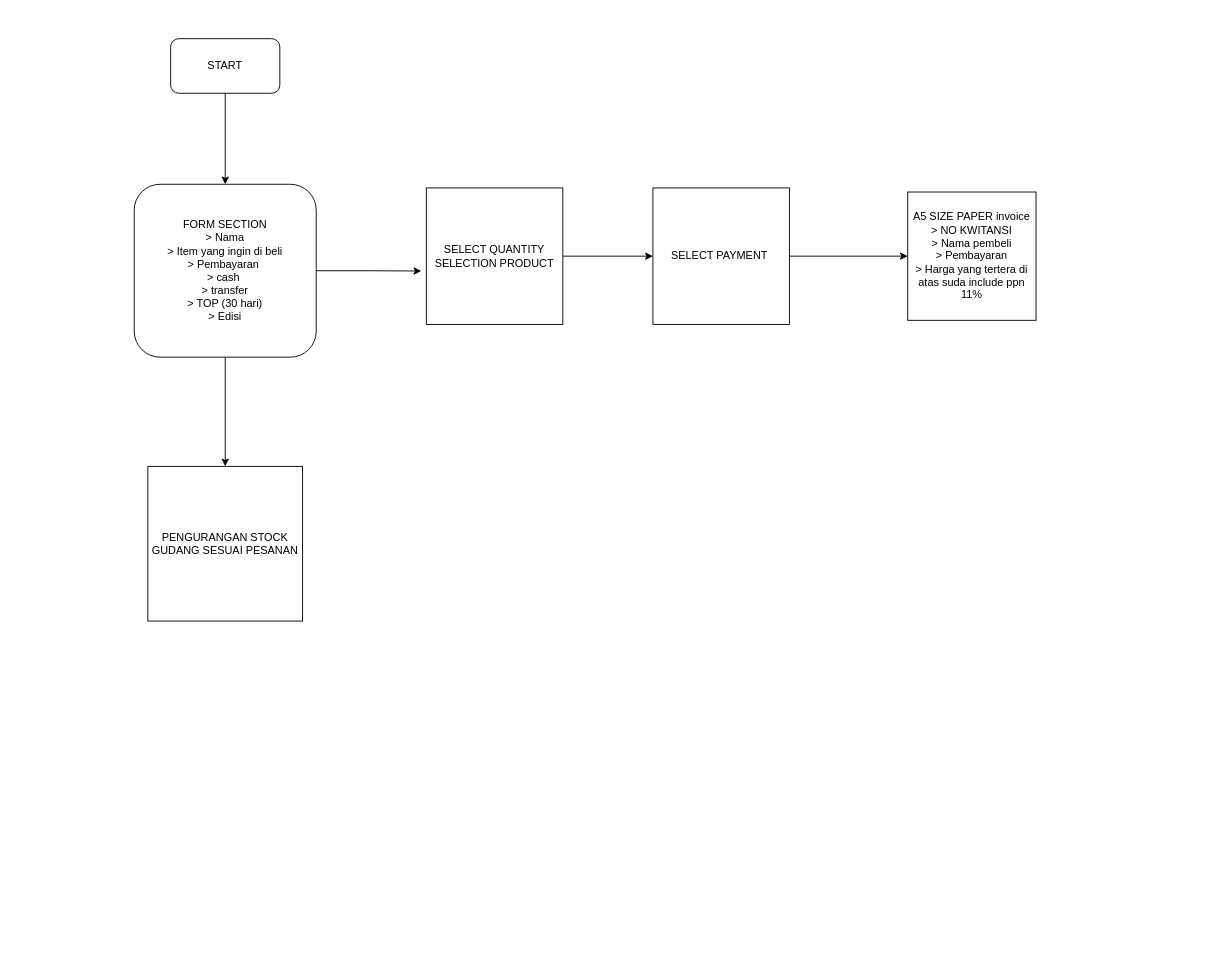
azzaky9/feature-docs keeps this draw.io diagram as flow.drawio. Above is the earlier version. Source tidied: cells renumbered, new cells numbered last; positions are measured from the earlier drawing's top-left corner, leaving out a move shared by most shapes. Both pictures are drawn from the tidied source at 91%, with x=0, y=0 at pixel (134, 38).
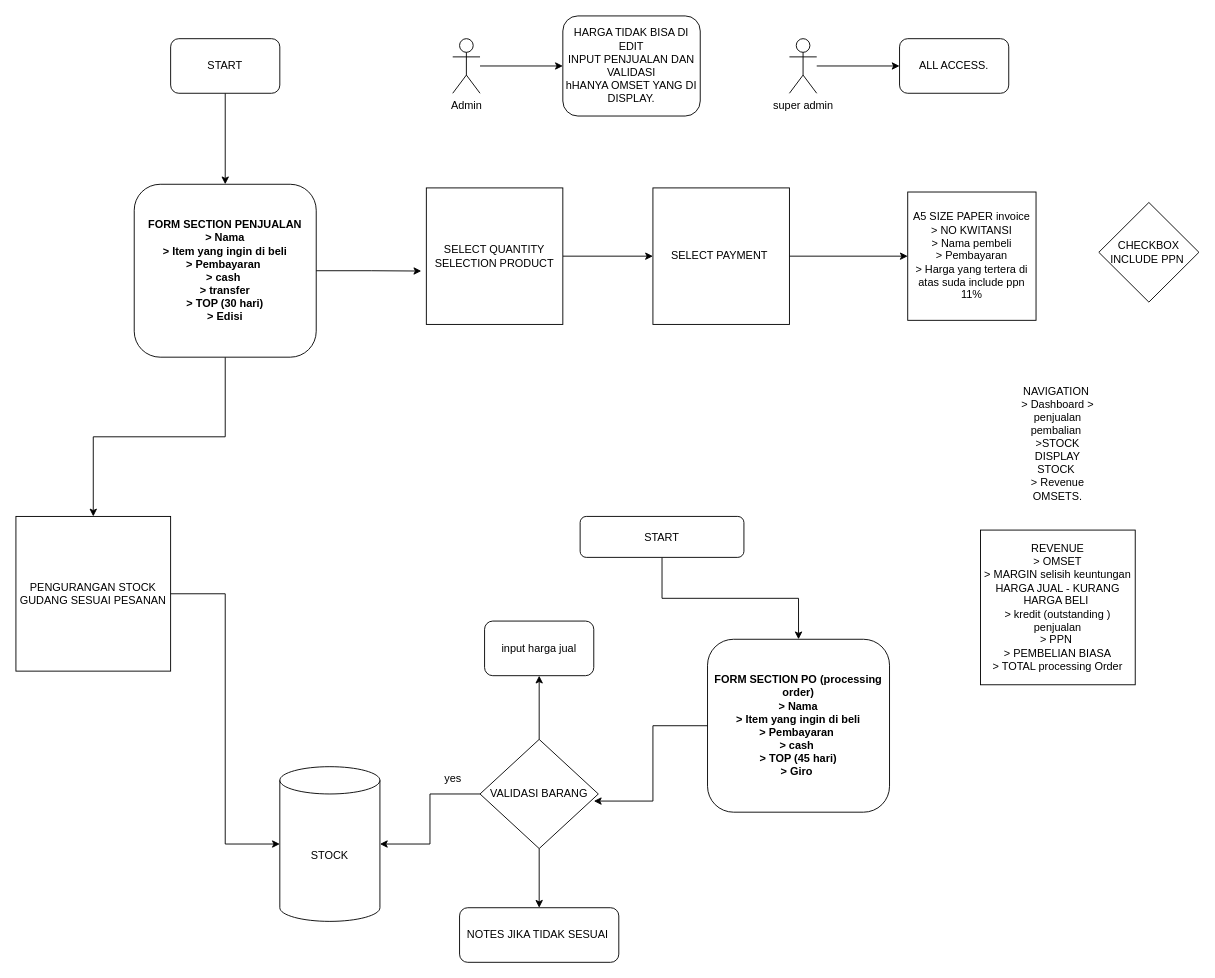
Above is the later version.

What changed in the source:
```diff
@@
-    <mxCell id="5" value="FORM SECTION&lt;br&gt;&amp;gt; Nama&lt;br&gt;&amp;gt; Item yang ingin di beli&lt;br&gt;&amp;gt; Pembayaran&amp;nbsp;&lt;br&gt;&amp;gt; cash&amp;nbsp;&lt;br&gt;&amp;gt; transfer&lt;br&gt;&amp;gt; TOP (30 hari)&lt;br&gt;&amp;gt; Edisi&lt;br&gt;" style="rounded=1;whiteSpace=wrap;html=1;" parent="1" vertex="1">
+    <mxCell id="5" value="FORM SECTION PENJUALAN&lt;br&gt;&amp;gt; Nama&lt;br&gt;&amp;gt; Item yang ingin di beli&lt;br&gt;&amp;gt; Pembayaran&amp;nbsp;&lt;br&gt;&amp;gt; cash&amp;nbsp;&lt;br&gt;&amp;gt; transfer&lt;br&gt;&amp;gt; TOP (30 hari)&lt;br&gt;&amp;gt; Edisi" style="rounded=1;whiteSpace=wrap;html=1;fontStyle=1;" parent="1" vertex="1">
       <mxGeometry y="160" width="200" height="190" as="geometry" />
     </mxCell>
@@
     <mxCell id="12" value="PENGURANGAN STOCK GUDANG SESUAI PESANAN" style="whiteSpace=wrap;html=1;" parent="1" vertex="1">
-      <mxGeometry x="15" y="470" width="170" height="170" as="geometry" />
+      <mxGeometry x="-130" y="525" width="170" height="170" as="geometry" />
     </mxCell>
+    <mxCell id="13" style="edgeStyle=orthogonalEdgeStyle;rounded=0;jettySize=auto;html=1;entryX=0.5;entryY=0;entryDx=0;entryDy=0;" parent="1" edge="1" source="14" target="15">
+      <mxGeometry relative="1" as="geometry" />
+    </mxCell>
+    <mxCell id="14" value="START" style="rounded=1;whiteSpace=wrap;html=1;" parent="1" vertex="1">
+      <mxGeometry x="490" y="525" width="180" height="45" as="geometry" />
+    </mxCell>
+    <mxCell id="15" value="FORM SECTION PO (processing order)&lt;br style=&quot;border-color: var(--border-color);&quot;&gt;&amp;gt; Nama&lt;br style=&quot;border-color: var(--border-color);&quot;&gt;&amp;gt; Item yang ingin di beli&lt;br style=&quot;border-color: var(--border-color);&quot;&gt;&amp;gt; Pembayaran&amp;nbsp;&lt;br style=&quot;border-color: var(--border-color);&quot;&gt;&amp;gt; cash&amp;nbsp;&lt;br style=&quot;border-color: var(--border-color);&quot;&gt;&amp;gt; TOP (45 hari)&lt;br&gt;&amp;gt; Giro&amp;nbsp;" style="rounded=1;whiteSpace=wrap;html=1;fontStyle=1;" parent="1" vertex="1">
+      <mxGeometry x="630" y="660" width="200" height="190" as="geometry" />
+    </mxCell>
+    <mxCell id="16" value="STOCK" style="shape=cylinder3;whiteSpace=wrap;html=1;boundedLbl=1;backgroundOutline=1;size=15;" parent="1" vertex="1">
+      <mxGeometry x="160" y="800" width="110" height="170" as="geometry" />
+    </mxCell>
+    <mxCell id="17" style="edgeStyle=orthogonalEdgeStyle;rounded=0;jettySize=auto;html=1;entryX=0;entryY=0.5;entryDx=0;entryDy=0;entryPerimeter=0;" parent="1" edge="1" source="12" target="16">
+      <mxGeometry relative="1" as="geometry" />
+    </mxCell>
+    <mxCell id="18" style="edgeStyle=orthogonalEdgeStyle;rounded=0;jettySize=auto;html=1;" parent="1" edge="1" source="21" target="16">
+      <mxGeometry relative="1" as="geometry" />
+    </mxCell>
+    <mxCell id="19" style="edgeStyle=orthogonalEdgeStyle;rounded=0;jettySize=auto;html=1;" parent="1" edge="1" source="21" target="24">
+      <mxGeometry relative="1" as="geometry" />
+    </mxCell>
+    <mxCell id="20" style="edgeStyle=orthogonalEdgeStyle;rounded=0;jettySize=auto;html=1;" parent="1" edge="1" source="21" target="34">
+      <mxGeometry relative="1" as="geometry" />
+    </mxCell>
+    <mxCell id="21" value="VALIDASI BARANG" style="rhombus;whiteSpace=wrap;html=1;" parent="1" vertex="1">
+      <mxGeometry x="380" y="770" width="130" height="120" as="geometry" />
+    </mxCell>
+    <mxCell id="22" style="edgeStyle=orthogonalEdgeStyle;rounded=0;jettySize=auto;html=1;entryX=0.962;entryY=0.565;entryDx=0;entryDy=0;entryPerimeter=0;" parent="1" edge="1" source="15" target="21">
+      <mxGeometry relative="1" as="geometry" />
+    </mxCell>
+    <mxCell id="23" value="yes" style="text;html=1;align=center;verticalAlign=middle;strokeColor=none;fillColor=none;" parent="1" vertex="1">
+      <mxGeometry x="330" y="798" width="40" height="30" as="geometry" />
+    </mxCell>
+    <mxCell id="24" style="rounded=1;whiteSpace=wrap;html=1;" parent="1" vertex="1">
+      <mxGeometry x="357.5" y="955" width="175" height="60" as="geometry" />
+    </mxCell>
+    <mxCell id="25" value="NOTES JIKA TIDAK SESUAI&lt;br&gt;" style="text;html=1;align=center;verticalAlign=middle;strokeColor=none;fillColor=none;" parent="1" vertex="1">
+      <mxGeometry x="352.5" y="970" width="180" height="30" as="geometry" />
+    </mxCell>
+    <mxCell id="26" value="NAVIGATION&amp;nbsp;&lt;br&gt;&amp;gt; Dashboard &amp;gt; penjualan pembalian&amp;nbsp;&lt;br&gt;&amp;gt;STOCK DISPLAY STOCK&amp;nbsp;&lt;br&gt;&amp;gt; Revenue OMSETS." style="text;html=1;strokeColor=none;fillColor=none;align=center;verticalAlign=middle;whiteSpace=wrap;rounded=0;" parent="1" vertex="1">
+      <mxGeometry x="970" y="430" width="90" height="30" as="geometry" />
+    </mxCell>
+    <mxCell id="27" style="edgeStyle=orthogonalEdgeStyle;rounded=0;jettySize=auto;html=1;entryX=0;entryY=0.5;entryDx=0;entryDy=0;" parent="1" edge="1" source="28" target="29">
+      <mxGeometry relative="1" as="geometry" />
+    </mxCell>
+    <mxCell id="28" value="Admin" style="shape=umlActor;verticalLabelPosition=bottom;verticalAlign=top;html=1;outlineConnect=0;" parent="1" vertex="1">
+      <mxGeometry x="350" width="30" height="60" as="geometry" />
+    </mxCell>
+    <mxCell id="29" value="HARGA TIDAK BISA DI EDIT&lt;br&gt;INPUT PENJUALAN DAN VALIDASI&lt;br&gt;hHANYA OMSET YANG DI DISPLAY." style="rounded=1;whiteSpace=wrap;html=1;" parent="1" vertex="1">
+      <mxGeometry x="471" y="-25" width="151" height="110" as="geometry" />
+    </mxCell>
+    <mxCell id="30" style="edgeStyle=orthogonalEdgeStyle;rounded=0;jettySize=auto;html=1;entryX=0;entryY=0.5;entryDx=0;entryDy=0;" parent="1" edge="1" source="31" target="32">
+      <mxGeometry relative="1" as="geometry" />
+    </mxCell>
+    <mxCell id="31" value="super admin&lt;br&gt;" style="shape=umlActor;verticalLabelPosition=bottom;verticalAlign=top;html=1;outlineConnect=0;" parent="1" vertex="1">
+      <mxGeometry x="720" width="30" height="60" as="geometry" />
+    </mxCell>
+    <mxCell id="32" value="ALL ACCESS." style="rounded=1;whiteSpace=wrap;html=1;" parent="1" vertex="1">
+      <mxGeometry x="841" width="120" height="60" as="geometry" />
+    </mxCell>
+    <mxCell id="33" value="REVENUE&lt;br&gt;&amp;gt; OMSET&lt;br&gt;&amp;gt; MARGIN selisih keuntungan&lt;br&gt;HARGA JUAL - KURANG HARGA BELI&amp;nbsp;&lt;br&gt;&amp;gt; kredit (outstanding ) penjualan&lt;br&gt;&amp;gt; PPN&amp;nbsp;&lt;br&gt;&amp;gt; PEMBELIAN BIASA&lt;br&gt;&amp;gt; TOTAL processing Order" style="whiteSpace=wrap;html=1;" parent="1" vertex="1">
+      <mxGeometry x="930" y="540" width="170" height="170" as="geometry" />
+    </mxCell>
+    <mxCell id="34" value="input harga jual" style="rounded=1;whiteSpace=wrap;html=1;" parent="1" vertex="1">
+      <mxGeometry x="385" y="640" width="120" height="60" as="geometry" />
+    </mxCell>
+    <mxCell id="35" value="CHECKBOX INCLUDE PPN&amp;nbsp;" style="rhombus;whiteSpace=wrap;html=1;" parent="1" vertex="1">
+      <mxGeometry x="1060" y="180" width="110" height="109.5" as="geometry" />
+    </mxCell>
```
